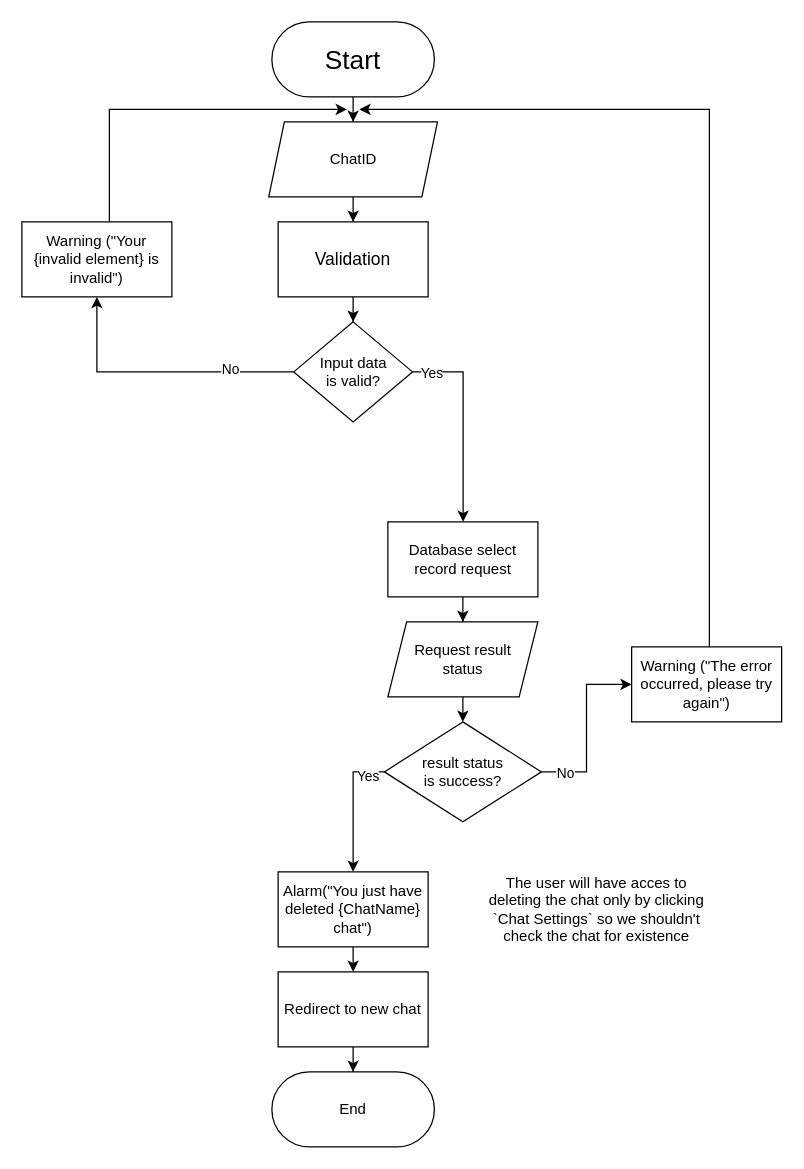
The draw.io diagram Flowcharts/Delete Chat/DeleteChat.drawio in c0st1nus/Forum, before the edit. Source tidied: cells renumbered, new cells numbered last; positions are measured from the earlier drawing's top-left corner, leaving out a move shared by most shapes. Both pictures are drawn from the tidied source at 125%, with x=0, y=0 at pixel (21, 21).
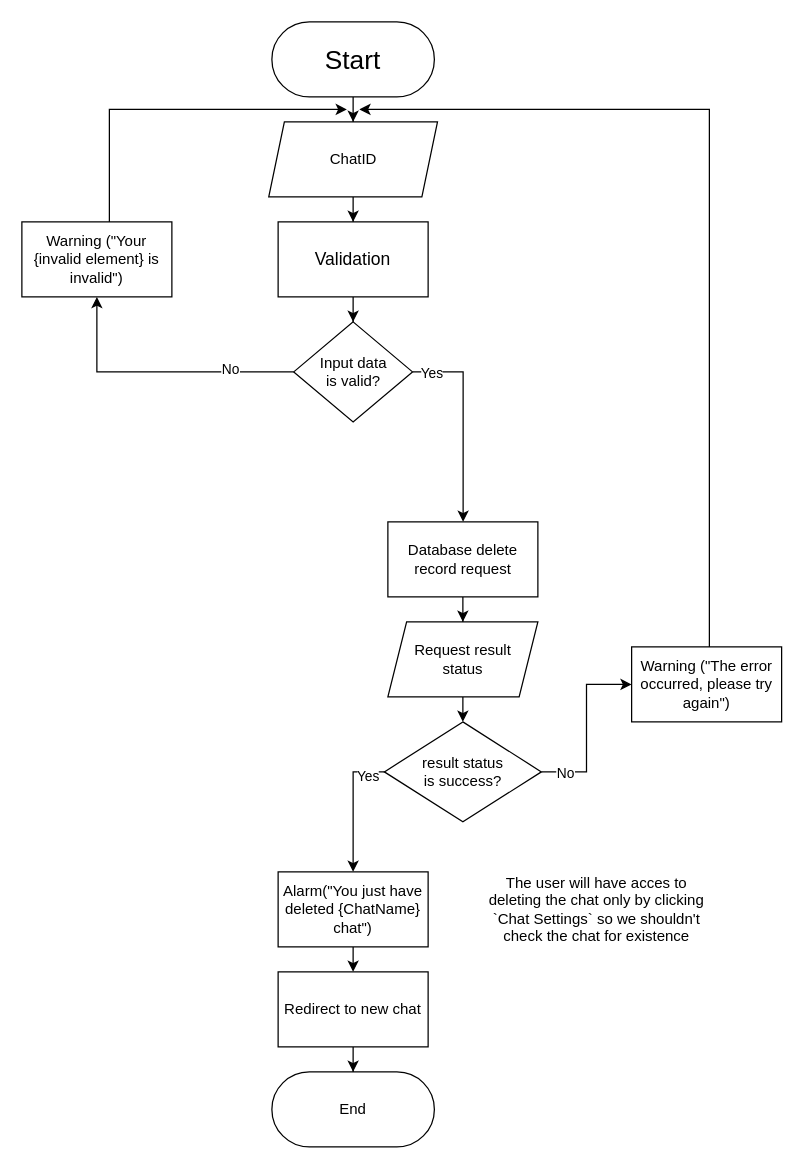
Above is the later version.

Change to the diagram source:
```diff
@@
-    <mxCell id="16" value="Database select record request" style="whiteSpace=wrap;html=1;" parent="1" vertex="1">
+    <mxCell id="16" value="Database delete record request" style="whiteSpace=wrap;html=1;" parent="1" vertex="1">
       <mxGeometry x="292.8" y="400" width="120" height="60" as="geometry" />
     </mxCell>
```
